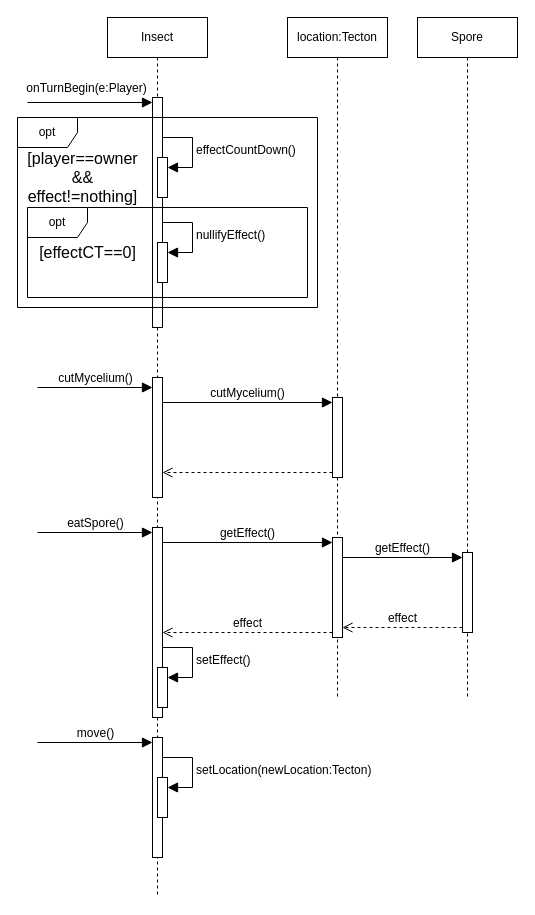
koharzsombor/bandITs keeps this draw.io diagram as page "Insect" (4 of 8) of GameManager_SequenceDiagram.drawio. Above is the earlier version. Source tidied: cells renumbered, new cells numbered last; positions are measured from the earlier drawing's top-left corner, leaving out a move shared by most shapes. Both pictures are drawn from the tidied source at 100%, with x=0, y=0 at pixel (17, 17).
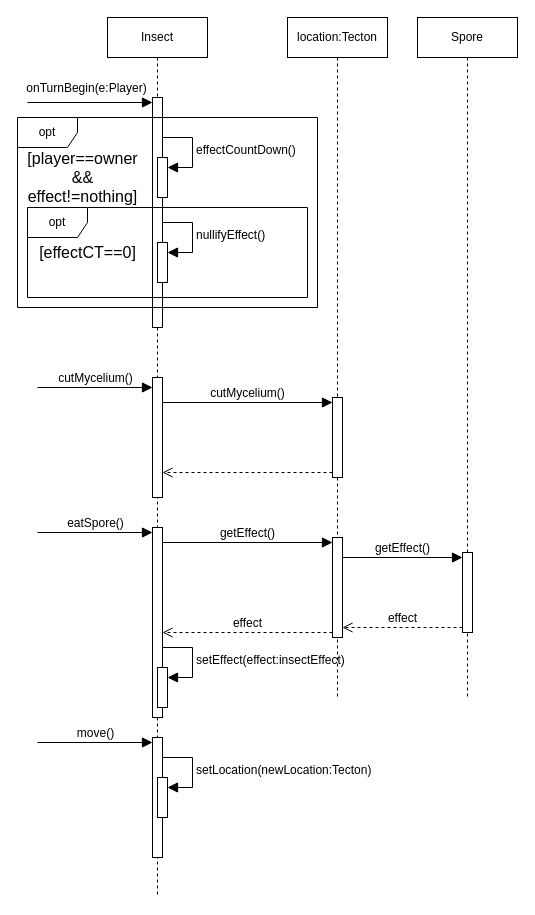
The same page after the edit.

Unchanged cells that the change refers to:
```xml
<mxCell id="2" value="&lt;div&gt;&lt;span style=&quot;background-color: transparent; color: light-dark(rgb(0, 0, 0), rgb(255, 255, 255));&quot;&gt;Insect&lt;/span&gt;&lt;/div&gt;" style="shape=umlLifeline;perimeter=lifelinePerimeter;whiteSpace=wrap;html=1;newEdgeStyle={&quot;curved&quot;:0,&quot;rounded&quot;:0};" parent="1" vertex="1">
  <mxGeometry x="90" width="100" height="880" as="geometry" />
</mxCell>
<mxCell id="7" style="html=1;points=[[0,0,0,0,5],[0,1,0,0,-5],[1,0,0,0,5],[1,1,0,0,-5]];perimeter=orthogonalPerimeter;outlineConnect=0;targetShapes=umlLifeline;portConstraint=eastwest;newEdgeStyle={&quot;curved&quot;:0,&quot;rounded&quot;:0};" parent="2" vertex="1">
  <mxGeometry x="50" y="650" width="10" height="40" as="geometry" />
</mxCell>
```

Diff of the diagram source:
```diff
@@
-    <mxCell id="8" value="setEffect()" style="html=1;align=left;spacingLeft=2;endArrow=block;rounded=0;edgeStyle=orthogonalEdgeStyle;curved=0;rounded=0;fontSize=12;startSize=8;endSize=8;" parent="2" edge="1" target="7">
+    <mxCell id="8" value="setEffect(effect:insectEffect)" style="html=1;align=left;spacingLeft=2;endArrow=block;rounded=0;edgeStyle=orthogonalEdgeStyle;curved=0;rounded=0;fontSize=12;startSize=8;endSize=8;" parent="2" edge="1" target="7">
       <mxGeometry relative="1" as="geometry">
         <mxPoint x="55" y="630" as="sourcePoint" />
         <Array as="points">
           <mxPoint x="85" y="660" />
         </Array>
       </mxGeometry>
     </mxCell>
```
